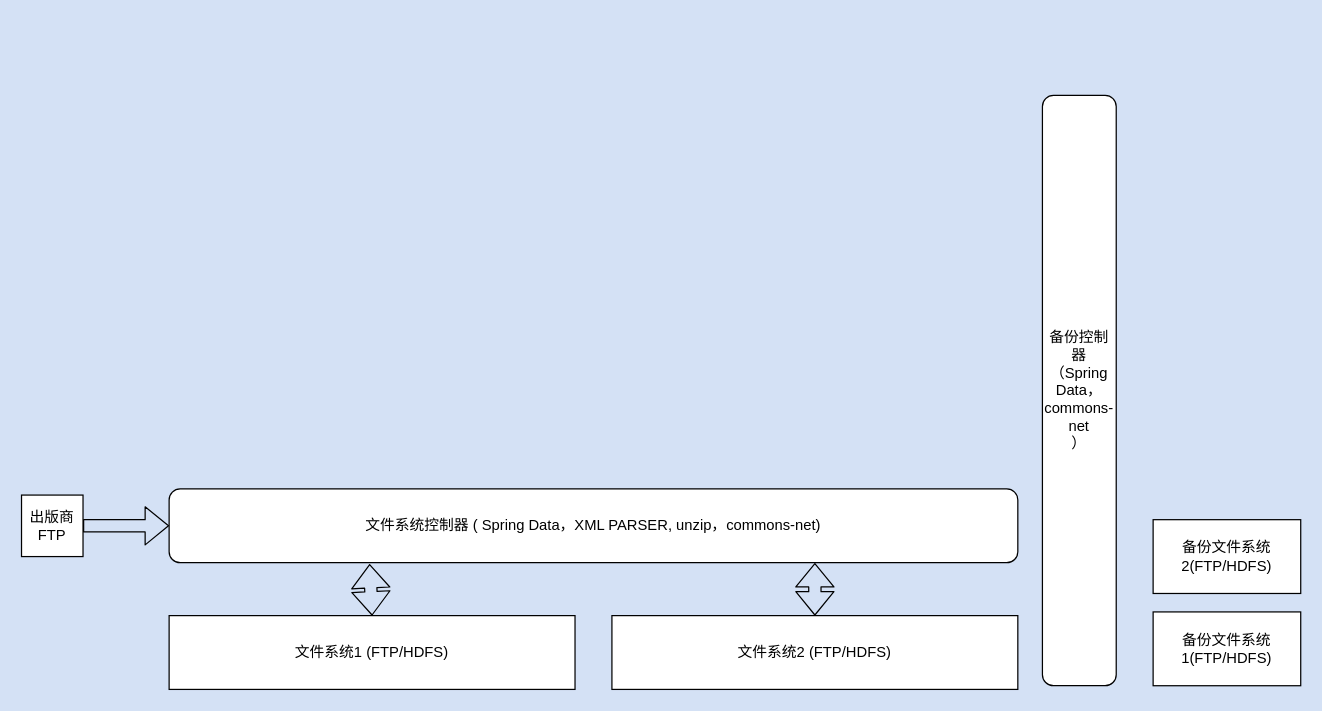
Above: DPSNEW-sw.drawio in czjczj20/draw.io (draw.io), before the change. Source tidied: cells renumbered, new cells numbered last; positions are measured from the earlier drawing's top-left corner, leaving out a move shared by most shapes. Both pictures are drawn from the tidied source at 123%, with x=0, y=0 at pixel (21, 95).
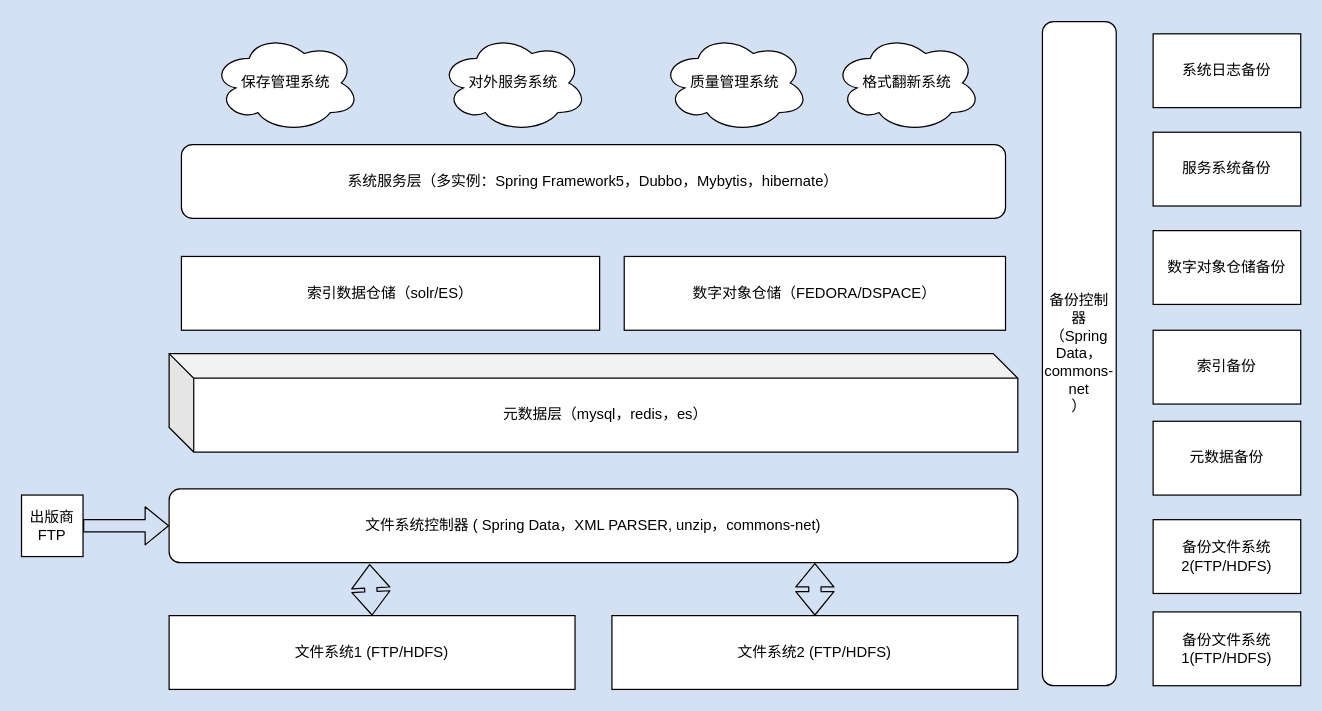
The same diagram, later.

Diff of the diagram source:
```diff
@@
     <mxCell id="9" value="备份控制器（Spring Data，commons-net&lt;br&gt;）" style="rounded=1;whiteSpace=wrap;html=1;direction=south;" parent="1" vertex="1">
-      <mxGeometry x="830" width="60" height="480" as="geometry" />
+      <mxGeometry x="830" y="-60" width="60" height="540" as="geometry" />
     </mxCell>
@@
+    <mxCell id="12" value="元数据层（mysql，redis，es）" style="shape=cube;whiteSpace=wrap;html=1;boundedLbl=1;backgroundOutline=1;darkOpacity=0.05;darkOpacity2=0.1;" parent="1" vertex="1">
+      <mxGeometry x="120" y="210" width="690" height="80" as="geometry" />
+    </mxCell>
+    <mxCell id="13" value="索引数据仓储（solr/ES）" style="rounded=0;whiteSpace=wrap;html=1;" parent="1" vertex="1">
+      <mxGeometry x="130" y="131" width="340" height="60" as="geometry" />
+    </mxCell>
+    <mxCell id="14" value="数字对象仓储（FEDORA/DSPACE）" style="rounded=0;whiteSpace=wrap;html=1;" parent="1" vertex="1">
+      <mxGeometry x="490" y="131" width="310" height="60" as="geometry" />
+    </mxCell>
+    <mxCell id="15" value="元数据备份" style="rounded=0;whiteSpace=wrap;html=1;" parent="1" vertex="1">
+      <mxGeometry x="920" y="265" width="120" height="60" as="geometry" />
+    </mxCell>
+    <mxCell id="16" value="索引备份" style="rounded=0;whiteSpace=wrap;html=1;" parent="1" vertex="1">
+      <mxGeometry x="920" y="191" width="120" height="60" as="geometry" />
+    </mxCell>
+    <mxCell id="17" value="数字对象仓储备份" style="rounded=0;whiteSpace=wrap;html=1;" parent="1" vertex="1">
+      <mxGeometry x="920" y="110" width="120" height="60" as="geometry" />
+    </mxCell>
+    <mxCell id="18" value="系统服务层（多实例：Spring Framework5，Dubbo，Mybytis，hibernate）" style="rounded=1;whiteSpace=wrap;html=1;" parent="1" vertex="1">
+      <mxGeometry x="130" y="40" width="670" height="60" as="geometry" />
+    </mxCell>
+    <mxCell id="19" value="保存管理系统" style="ellipse;shape=cloud;whiteSpace=wrap;html=1;" parent="1" vertex="1">
+      <mxGeometry x="155" y="-50" width="120" height="80" as="geometry" />
+    </mxCell>
+    <mxCell id="20" value="对外服务系统" style="ellipse;shape=cloud;whiteSpace=wrap;html=1;" parent="1" vertex="1">
+      <mxGeometry x="340" y="-50" width="120" height="80" as="geometry" />
+    </mxCell>
+    <mxCell id="21" value="质量管理系统" style="ellipse;shape=cloud;whiteSpace=wrap;html=1;" parent="1" vertex="1">
+      <mxGeometry x="520" y="-50" width="120" height="80" as="geometry" />
+    </mxCell>
+    <mxCell id="22" value="格式翻新系统" style="ellipse;shape=cloud;whiteSpace=wrap;html=1;" parent="1" vertex="1">
+      <mxGeometry x="660" y="-50" width="120" height="80" as="geometry" />
+    </mxCell>
+    <mxCell id="23" value="服务系统备份" style="rounded=0;whiteSpace=wrap;html=1;" parent="1" vertex="1">
+      <mxGeometry x="920" y="30" width="120" height="60" as="geometry" />
+    </mxCell>
+    <mxCell id="24" value="系统日志备份" style="rounded=0;whiteSpace=wrap;html=1;" parent="1" vertex="1">
+      <mxGeometry x="920" y="-50" width="120" height="60" as="geometry" />
+    </mxCell>
```
